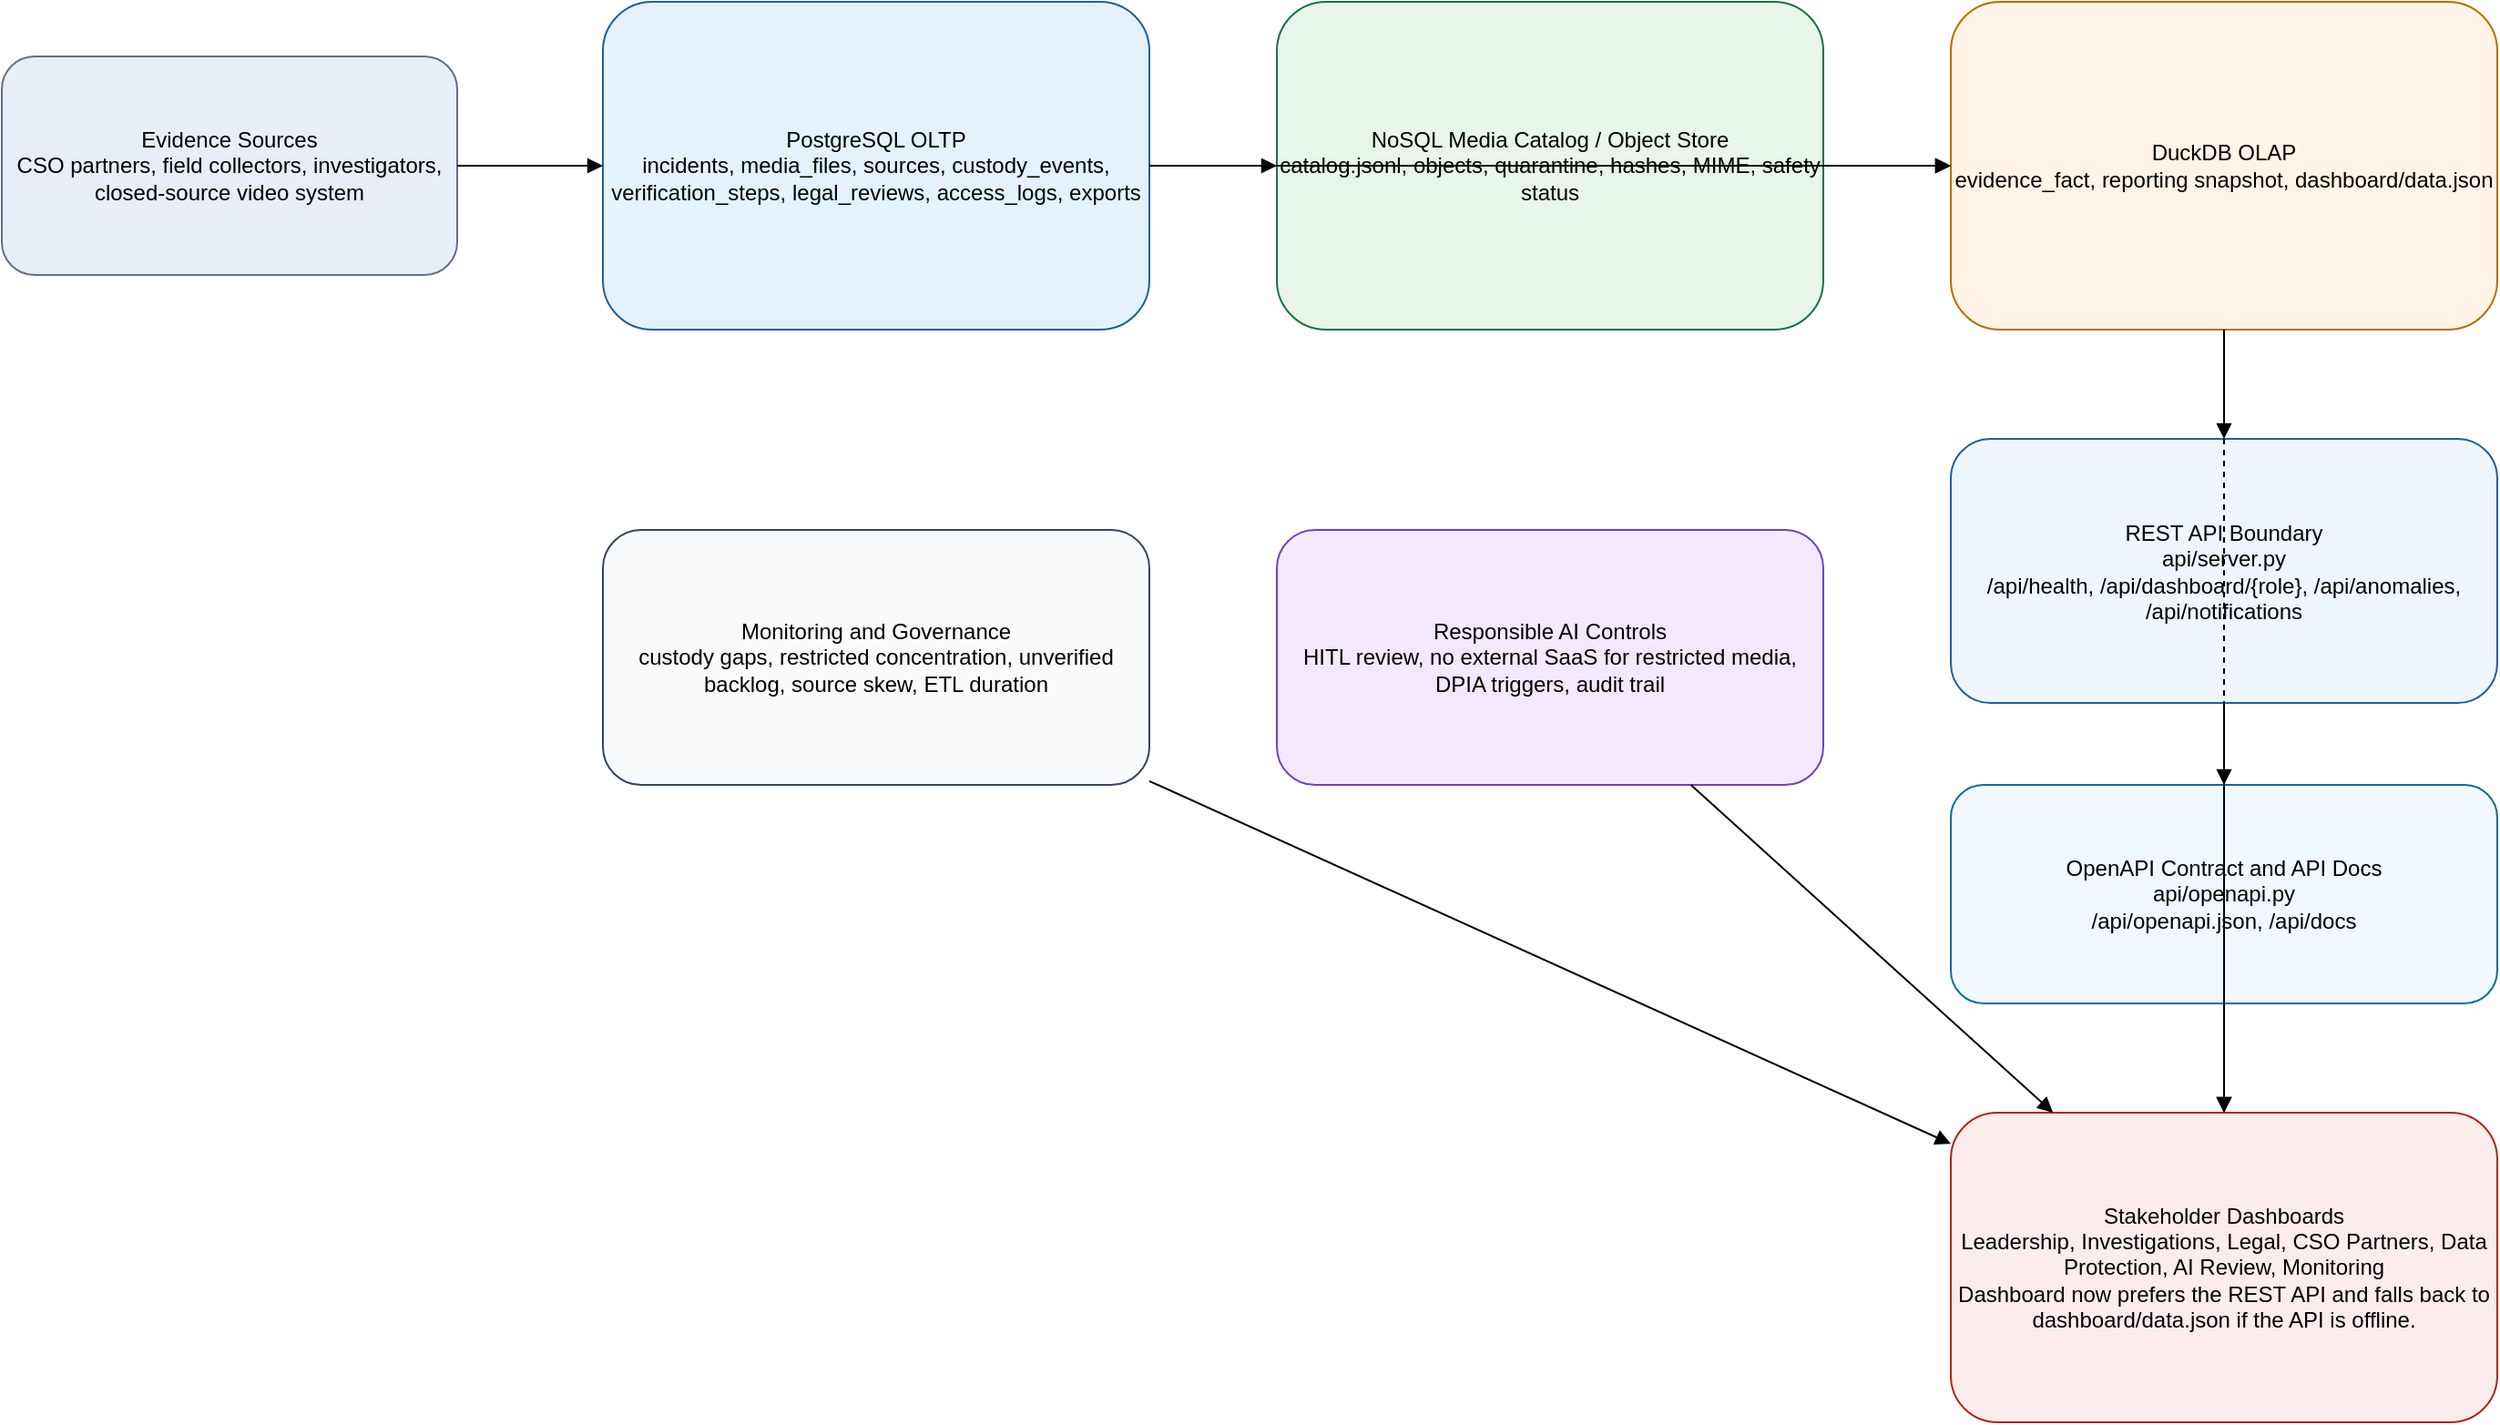
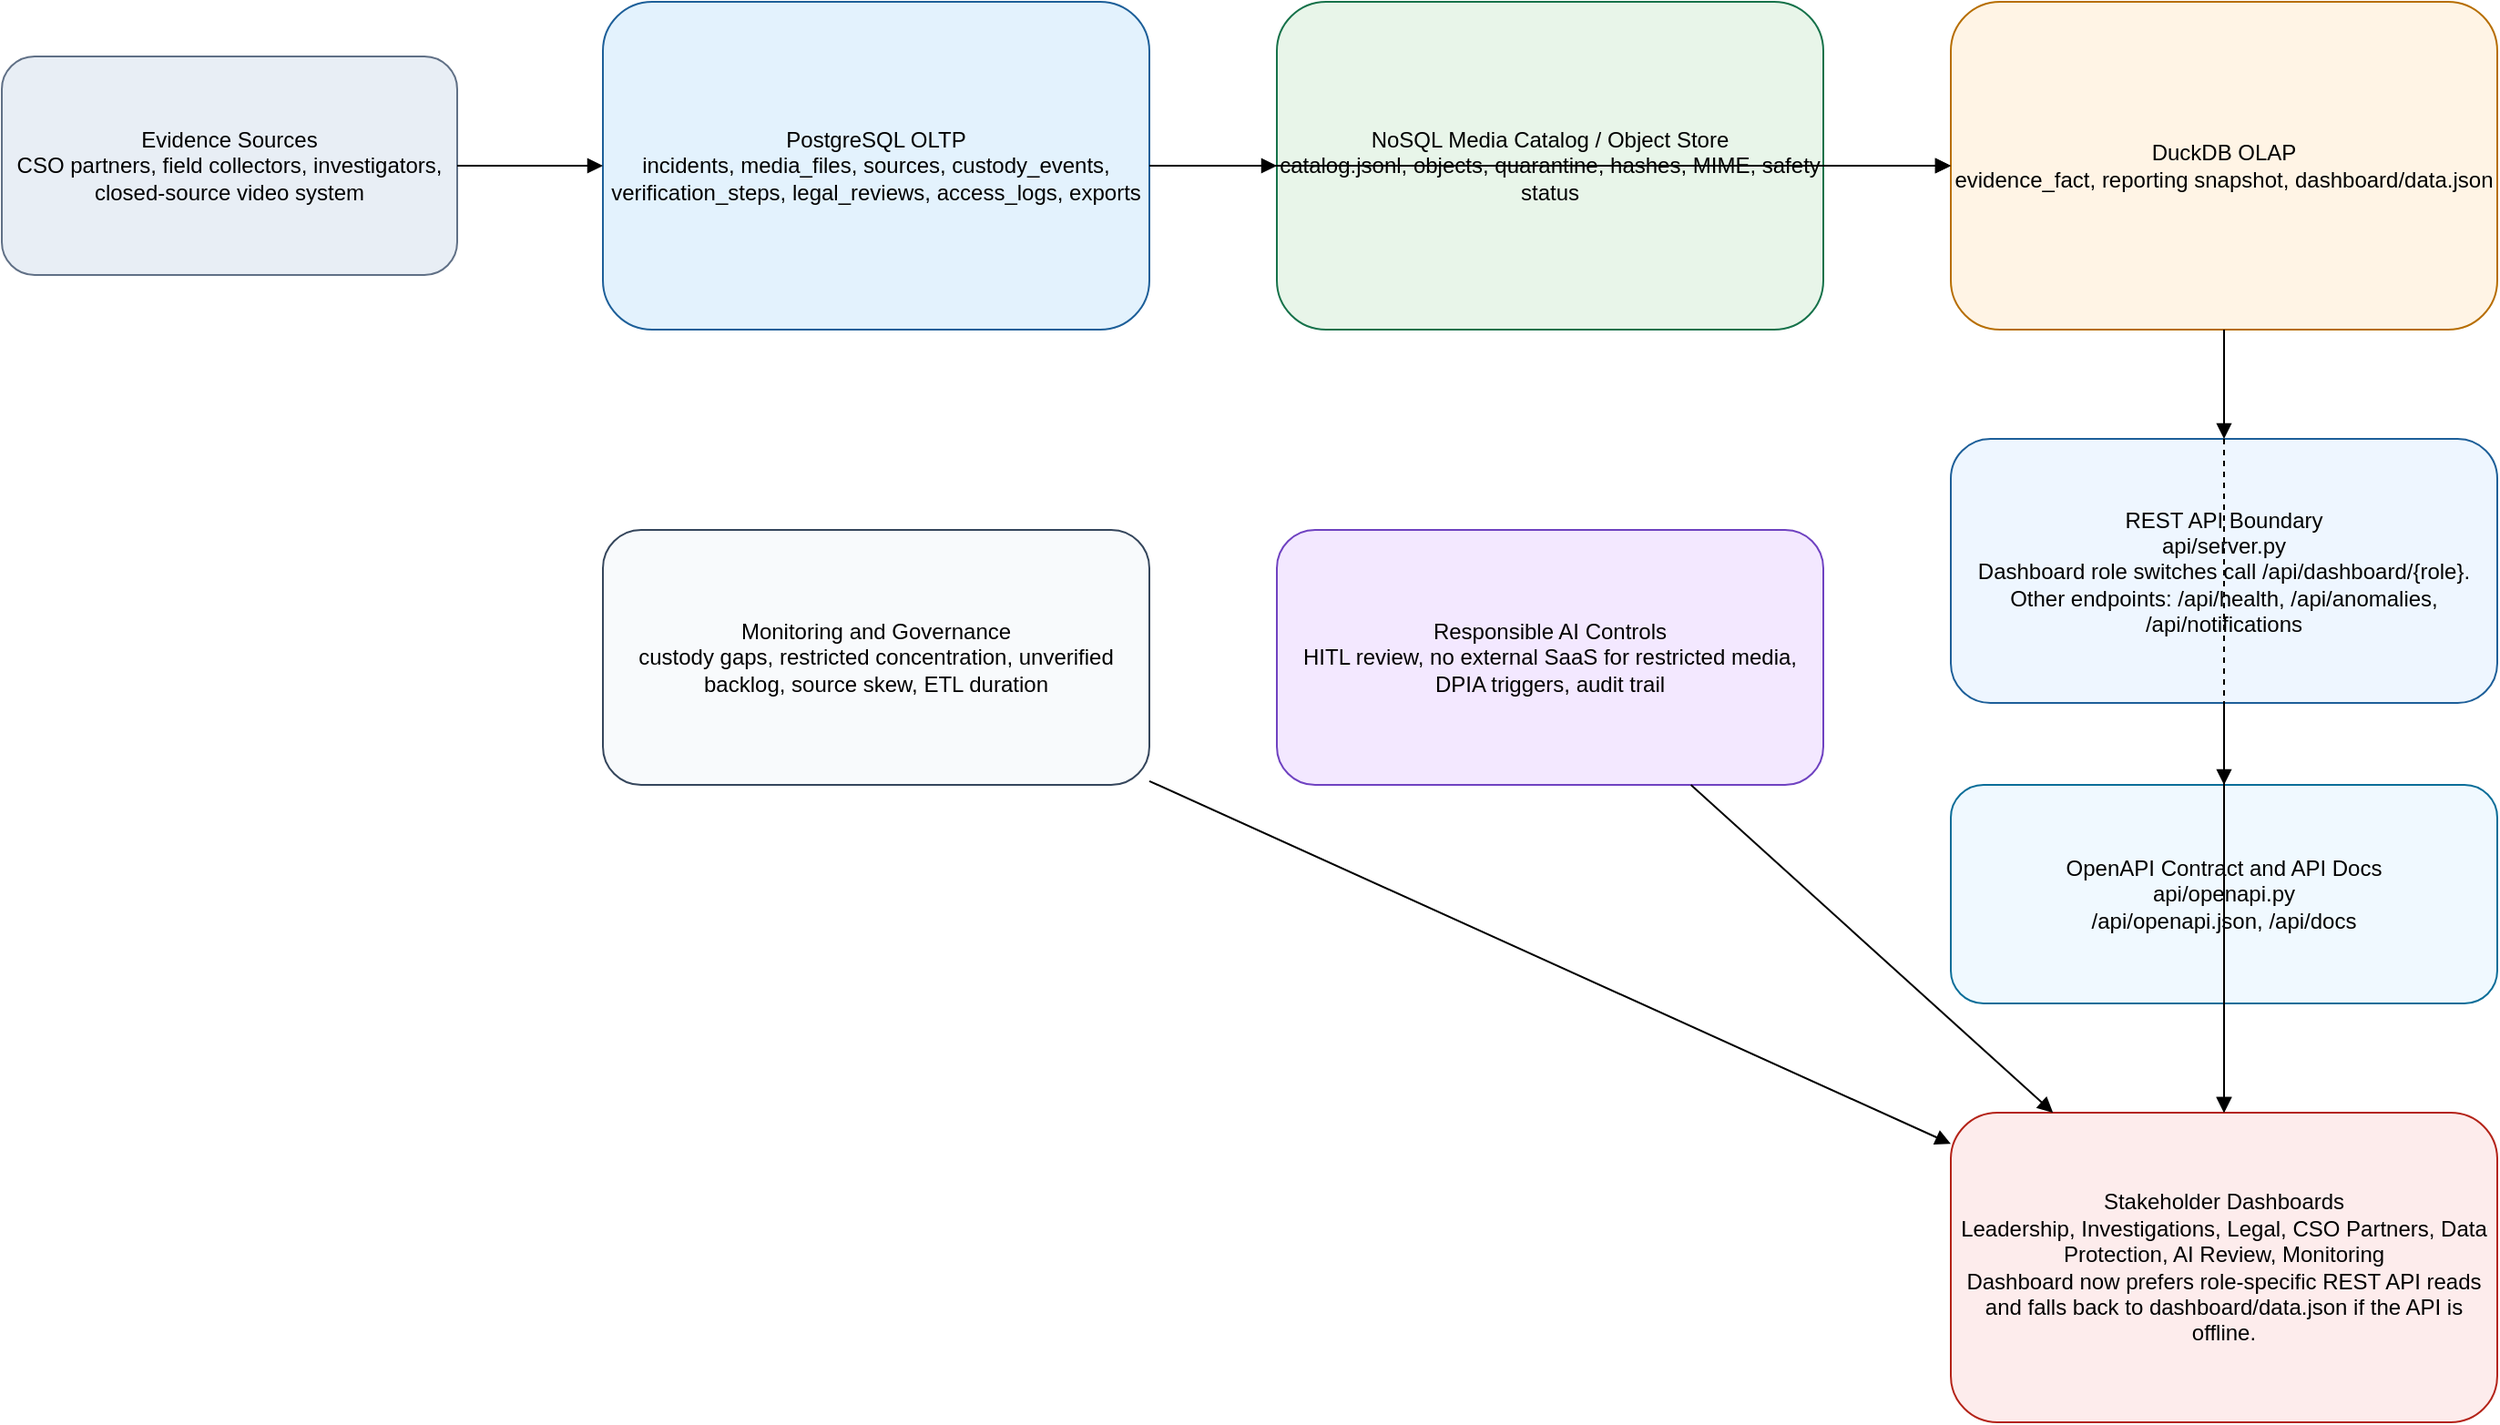
<mxfile host="app.diagrams.net" modified="2026-05-30T00:00:00.000Z" agent="Codex" version="24.7.17">
  <diagram id="hrt-architecture" name="HRT OLTP OLAP Architecture">
    <mxGraphModel dx="1422" dy="794" grid="1" gridSize="10" guides="1" tooltips="1" connect="1" arrows="1" fold="1" page="1" pageScale="1" pageWidth="1600" pageHeight="1000" math="0" shadow="0">
      <root>
        <mxCell id="0"/>
        <mxCell id="1" parent="0"/>
        <mxCell id="sources" value="Evidence Sources&#xa;CSO partners, field collectors, investigators, closed-source video system" style="rounded=1;whiteSpace=wrap;html=1;fillColor=#e8eef5;strokeColor=#607086;" vertex="1" parent="1">
          <mxGeometry x="40" y="120" width="250" height="120" as="geometry"/>
        </mxCell>
        <mxCell id="oltp" value="PostgreSQL OLTP&#xa;incidents, media_files, sources, custody_events, verification_steps, legal_reviews, access_logs, exports" style="rounded=1;whiteSpace=wrap;html=1;fillColor=#e3f2fd;strokeColor=#1d5f99;" vertex="1" parent="1">
          <mxGeometry x="370" y="90" width="300" height="180" as="geometry"/>
        </mxCell>
        <mxCell id="nosql" value="NoSQL Media Catalog / Object Store&#xa;catalog.jsonl, objects, quarantine, hashes, MIME, safety status" style="rounded=1;whiteSpace=wrap;html=1;fillColor=#e8f5e9;strokeColor=#16724a;" vertex="1" parent="1">
          <mxGeometry x="740" y="90" width="300" height="180" as="geometry"/>
        </mxCell>
        <mxCell id="olap" value="DuckDB OLAP&#xa;evidence_fact, reporting snapshot, dashboard/data.json" style="rounded=1;whiteSpace=wrap;html=1;fillColor=#fff4e5;strokeColor=#b76e00;" vertex="1" parent="1">
          <mxGeometry x="1110" y="90" width="300" height="180" as="geometry"/>
        </mxCell>
-         <mxCell id="api" value="REST API Boundary&#xa;api/server.py&#xa;/api/health, /api/dashboard/{role}, /api/anomalies, /api/notifications" style="rounded=1;whiteSpace=wrap;html=1;fillColor=#eef6ff;strokeColor=#1d5f99;" vertex="1" parent="1">
+         <mxCell id="api" value="REST API Boundary&#xa;api/server.py&#xa;Dashboard role switches call /api/dashboard/{role}.&#xa;Other endpoints: /api/health, /api/anomalies, /api/notifications" style="rounded=1;whiteSpace=wrap;html=1;fillColor=#eef6ff;strokeColor=#1d5f99;" vertex="1" parent="1">
          <mxGeometry x="1110" y="330" width="300" height="145" as="geometry"/>
        </mxCell>
        <mxCell id="openapi" value="OpenAPI Contract and API Docs&#xa;api/openapi.py&#xa;/api/openapi.json, /api/docs" style="rounded=1;whiteSpace=wrap;html=1;fillColor=#f0f9ff;strokeColor=#0b6e99;" vertex="1" parent="1">
          <mxGeometry x="1110" y="520" width="300" height="120" as="geometry"/>
        </mxCell>
-         <mxCell id="dash" value="Stakeholder Dashboards&#xa;Leadership, Investigations, Legal, CSO Partners, Data Protection, AI Review, Monitoring&#xa;Dashboard now prefers the REST API and falls back to dashboard/data.json if the API is offline." style="rounded=1;whiteSpace=wrap;html=1;fillColor=#fdecec;strokeColor=#b42318;" vertex="1" parent="1">
+         <mxCell id="dash" value="Stakeholder Dashboards&#xa;Leadership, Investigations, Legal, CSO Partners, Data Protection, AI Review, Monitoring&#xa;Dashboard now prefers role-specific REST API reads and falls back to dashboard/data.json if the API is offline." style="rounded=1;whiteSpace=wrap;html=1;fillColor=#fdecec;strokeColor=#b42318;" vertex="1" parent="1">
          <mxGeometry x="1110" y="700" width="300" height="170" as="geometry"/>
        </mxCell>
        <mxCell id="ai" value="Responsible AI Controls&#xa;HITL review, no external SaaS for restricted media, DPIA triggers, audit trail" style="rounded=1;whiteSpace=wrap;html=1;fillColor=#f3e8ff;strokeColor=#6f42c1;" vertex="1" parent="1">
          <mxGeometry x="740" y="380" width="300" height="140" as="geometry"/>
        </mxCell>
        <mxCell id="monitoring" value="Monitoring and Governance&#xa;custody gaps, restricted concentration, unverified backlog, source skew, ETL duration" style="rounded=1;whiteSpace=wrap;html=1;fillColor=#f8fafc;strokeColor=#35465c;" vertex="1" parent="1">
          <mxGeometry x="370" y="380" width="300" height="140" as="geometry"/>
        </mxCell>
        <mxCell id="e1" edge="1" parent="1" source="sources" target="oltp" style="endArrow=block;html=1;rounded=0;">
          <mxGeometry relative="1" as="geometry"/>
        </mxCell>
        <mxCell id="e2" edge="1" parent="1" source="oltp" target="nosql" style="endArrow=block;html=1;rounded=0;">
          <mxGeometry relative="1" as="geometry"/>
        </mxCell>
        <mxCell id="e3" edge="1" parent="1" source="oltp" target="olap" style="endArrow=block;html=1;rounded=0;">
          <mxGeometry relative="1" as="geometry"/>
        </mxCell>
        <mxCell id="e4" edge="1" parent="1" source="nosql" target="olap" style="endArrow=block;html=1;rounded=0;">
          <mxGeometry relative="1" as="geometry"/>
        </mxCell>
        <mxCell id="e5" edge="1" parent="1" source="olap" target="api" style="endArrow=block;html=1;rounded=0;">
          <mxGeometry relative="1" as="geometry"/>
        </mxCell>
        <mxCell id="e5b" edge="1" parent="1" source="api" target="openapi" style="endArrow=block;html=1;rounded=0;">
          <mxGeometry relative="1" as="geometry"/>
        </mxCell>
        <mxCell id="e5c" edge="1" parent="1" source="api" target="dash" style="endArrow=block;html=1;rounded=0;">
          <mxGeometry relative="1" as="geometry"/>
        </mxCell>
        <mxCell id="e5d" edge="1" parent="1" source="olap" target="dash" style="endArrow=block;html=1;rounded=0;dashed=1;">
          <mxGeometry relative="1" as="geometry"/>
        </mxCell>
        <mxCell id="e6" edge="1" parent="1" source="ai" target="dash" style="endArrow=block;html=1;rounded=0;">
          <mxGeometry relative="1" as="geometry"/>
        </mxCell>
        <mxCell id="e7" edge="1" parent="1" source="monitoring" target="dash" style="endArrow=block;html=1;rounded=0;">
          <mxGeometry relative="1" as="geometry"/>
        </mxCell>
      </root>
    </mxGraphModel>
  </diagram>
</mxfile>
